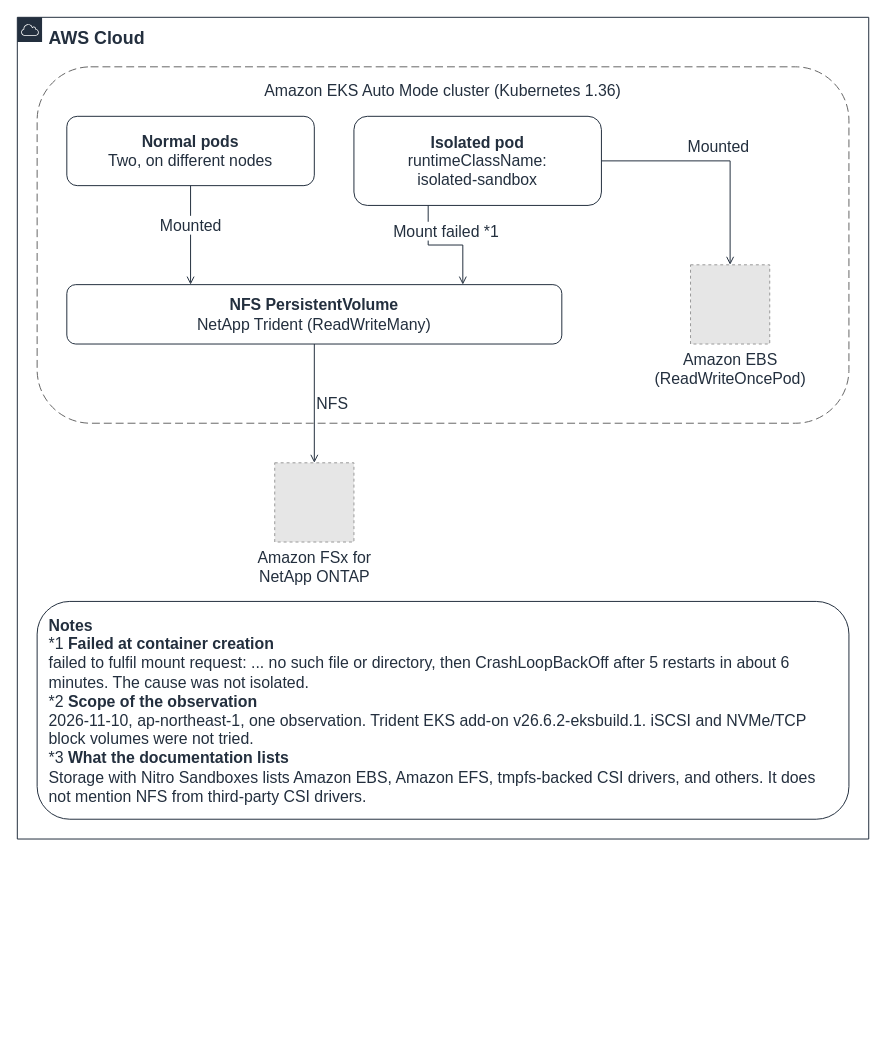
This is docs/_assets/diagrams/s3ap-sandbox-storage-en.drawio from Yoshiki0705/FSx-for-ONTAP-Container-Datastore-Patterns, a draw.io file, before an edit. Source tidied: cells renumbered, new cells numbered last; positions are measured from the earlier drawing's top-left corner, leaving out a move shared by most shapes. Both pictures are drawn from the tidied source at 99%, with x=0, y=0 at pixel (17, 17). Pictures stored in the file or linked from it are replaced by grey dashed boxes.
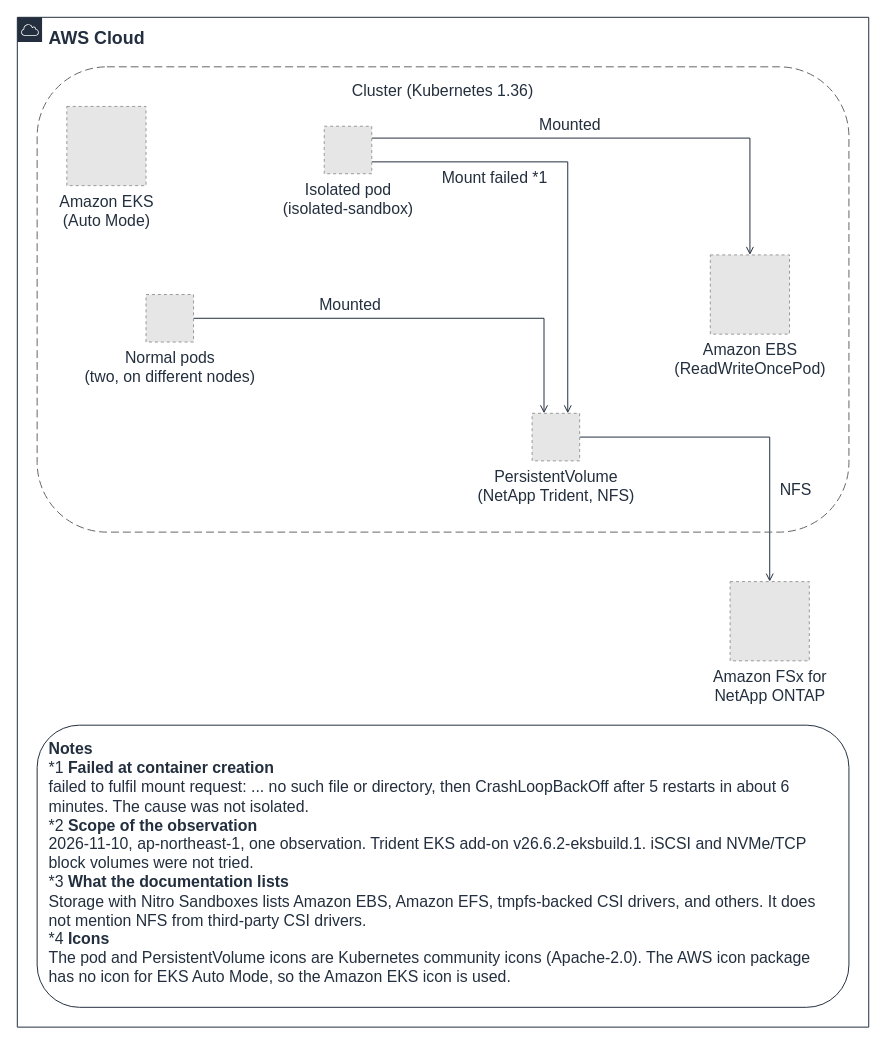
The same page after the edit.

The edit, as a diff of the source:
```diff
@@
 <mxGraphModel background="#FFFFFF">
   <root>
     <mxCell id="0" />
     <mxCell id="1" parent="0" />
-    <mxCell id="2" value="Mounted" style="edgeStyle=orthogonalEdgeStyle;rounded=0;html=1;endArrow=open;endFill=0;strokeColor=#232F3E;strokeWidth=1;fontSize=16;fontColor=#232F3E;labelBackgroundColor=#FFFFFF;exitX=0.5;exitY=1.0;exitDx=0;exitDy=0;entryX=0.25;entryY=0.0;entryDx=0;entryDy=0;" parent="1" edge="1" source="8" target="10">
-      <mxGeometry relative="1" as="geometry">
-        <mxPoint y="-10" as="offset" />
+    <mxCell id="2" value="Mounted" style="edgeStyle=orthogonalEdgeStyle;rounded=0;html=1;endArrow=open;endFill=0;strokeColor=#232F3E;strokeWidth=1;fontSize=16;fontColor=#232F3E;labelBackgroundColor=#FFFFFF;exitX=1.0;exitY=0.5;exitDx=0;exitDy=0;entryX=0.25;entryY=0.0;entryDx=0;entryDy=0;" parent="1" edge="1" source="8" target="10">
+      <mxGeometry x="-0.3" relative="1" as="geometry">
+        <mxPoint y="-14" as="offset" />
       </mxGeometry>
     </mxCell>
-    <mxCell id="3" value="Mount failed *1" style="edgeStyle=orthogonalEdgeStyle;rounded=0;html=1;endArrow=open;endFill=0;strokeColor=#232F3E;strokeWidth=1;fontSize=16;fontColor=#232F3E;labelBackgroundColor=#FFFFFF;exitX=0.3;exitY=1.0;exitDx=0;exitDy=0;entryX=0.8;entryY=0.0;entryDx=0;entryDy=0;" parent="1" edge="1" source="9" target="10">
-      <mxGeometry relative="1" as="geometry">
-        <mxPoint y="-14" as="offset" />
+    <mxCell id="3" value="Mount failed *1" style="edgeStyle=orthogonalEdgeStyle;rounded=0;html=1;endArrow=open;endFill=0;strokeColor=#232F3E;strokeWidth=1;fontSize=16;fontColor=#232F3E;labelBackgroundColor=#FFFFFF;exitX=1.0;exitY=0.75;exitDx=0;exitDy=0;entryX=0.75;entryY=0.0;entryDx=0;entryDy=0;" parent="1" edge="1" source="9" target="10">
+      <mxGeometry x="-0.45" relative="1" as="geometry">
+        <mxPoint y="16" as="offset" />
       </mxGeometry>
     </mxCell>
-    <mxCell id="4" value="Mounted" style="edgeStyle=orthogonalEdgeStyle;rounded=0;html=1;endArrow=open;endFill=0;strokeColor=#232F3E;strokeWidth=1;fontSize=16;fontColor=#232F3E;labelBackgroundColor=#FFFFFF;exitX=1.0;exitY=0.5;exitDx=0;exitDy=0;entryX=0.5;entryY=0.0;entryDx=0;entryDy=0;" parent="1" edge="1" source="9" target="12">
-      <mxGeometry relative="1" as="geometry">
+    <mxCell id="4" value="Mounted" style="edgeStyle=orthogonalEdgeStyle;rounded=0;html=1;endArrow=open;endFill=0;strokeColor=#232F3E;strokeWidth=1;fontSize=16;fontColor=#232F3E;labelBackgroundColor=#FFFFFF;exitX=1.0;exitY=0.25;exitDx=0;exitDy=0;entryX=0.5;entryY=0.0;entryDx=0;entryDy=0;" parent="1" edge="1" source="9" target="12">
+      <mxGeometry x="-0.2" relative="1" as="geometry">
         <mxPoint y="-14" as="offset" />
       </mxGeometry>
     </mxCell>
-    <mxCell id="5" value="NFS" style="edgeStyle=orthogonalEdgeStyle;rounded=0;html=1;endArrow=open;endFill=0;strokeColor=#232F3E;strokeWidth=1;fontSize=16;fontColor=#232F3E;labelBackgroundColor=#FFFFFF;exitX=0.5;exitY=1.0;exitDx=0;exitDy=0;entryX=0.5;entryY=0.0;entryDx=0;entryDy=0;" parent="1" edge="1" source="10" target="13">
-      <mxGeometry relative="1" as="geometry">
-        <mxPoint x="18" as="offset" />
+    <mxCell id="5" value="NFS" style="edgeStyle=orthogonalEdgeStyle;rounded=0;html=1;endArrow=open;endFill=0;strokeColor=#232F3E;strokeWidth=1;fontSize=16;fontColor=#232F3E;labelBackgroundColor=#FFFFFF;exitX=1.0;exitY=0.5;exitDx=0;exitDy=0;entryX=0.5;entryY=0.0;entryDx=0;entryDy=0;" parent="1" edge="1" source="10" target="13">
+      <mxGeometry x="0.45" relative="1" as="geometry">
+        <mxPoint x="26" as="offset" />
       </mxGeometry>
     </mxCell>
     <mxCell id="6" value="AWS Cloud" style="gradientColor=none;html=1;whiteSpace=wrap;fontSize=18;fontStyle=1;fontColor=#232F3E;shape=mxgraph.aws4.group;grIcon=mxgraph.aws4.group_aws_cloud;strokeColor=#232F3E;fillColor=none;verticalAlign=top;align=left;spacingLeft=30;spacingTop=4;dashed=0;labelBackgroundColor=#FFFFFF;" parent="1" vertex="1">
-      <mxGeometry width="860" height="830" as="geometry" />
+      <mxGeometry width="860" height="1020" as="geometry" />
     </mxCell>
-    <mxCell id="7" value="Amazon EKS Auto Mode cluster (Kubernetes 1.36)" style="rounded=1;whiteSpace=wrap;html=1;dashed=1;dashPattern=8 4;strokeColor=#666666;fillColor=none;fontColor=#232F3E;fontSize=16;verticalAlign=top;align=center;spacingTop=8;" parent="1" vertex="1">
-      <mxGeometry x="20" y="50" width="820" height="360" as="geometry" />
+    <mxCell id="7" value="Cluster (Kubernetes 1.36)" style="rounded=1;whiteSpace=wrap;html=1;dashed=1;dashPattern=8 4;strokeColor=#666666;fillColor=none;fontColor=#232F3E;fontSize=16;verticalAlign=top;align=center;spacingTop=8;" parent="1" vertex="1">
+      <mxGeometry x="20" y="50" width="820" height="470" as="geometry" />
     </mxCell>
+    <mxCell id="11" value="&lt;b&gt;Notes&lt;/b&gt;&lt;br&gt;*1 &lt;b&gt;Failed at container creation&lt;/b&gt;&lt;br&gt;failed to fulfil mount request: ... no such file or directory, then CrashLoopBackOff after 5 restarts in about 6 minutes. The cause was not isolated.&lt;br&gt;*2 &lt;b&gt;Scope of the observation&lt;/b&gt;&lt;br&gt;2026-11-10, ap-northeast-1, one observation. Trident EKS add-on v26.6.2-eksbuild.1. iSCSI and NVMe/TCP block volumes were not tried.&lt;br&gt;*3 &lt;b&gt;What the documentation lists&lt;/b&gt;&lt;br&gt;Storage with Nitro Sandboxes lists Amazon EBS, Amazon EFS, tmpfs-backed CSI drivers, and others. It does not mention NFS from third-party CSI drivers.&lt;br&gt;*4 &lt;b&gt;Icons&lt;/b&gt;&lt;br&gt;The pod and PersistentVolume icons are Kubernetes community icons (Apache-2.0). The AWS icon package has no icon for EKS Auto Mode, so the Amazon EKS icon is used." style="rounded=1;whiteSpace=wrap;html=1;strokeColor=#232F3E;fillColor=none;fontColor=#232F3E;fontSize=16;verticalAlign=top;align=left;spacingLeft=10;spacingRight=10;spacingTop=8;" parent="1" vertex="1">
+      <mxGeometry x="20" y="715" width="820" height="285" as="geometry" />
+    </mxCell>
+    <mxCell id="14" value="Amazon EKS&lt;br&gt;(Auto Mode)" style="fillColor=#E6E6E6;strokeColor=#999999;dashed=1;html=1;verticalLabelPosition=bottom;verticalAlign=top;labelPosition=center;align=center;fontSize=16;fontColor=#232F3E;" parent="1" vertex="1">
+      <mxGeometry x="50" y="90" width="80" height="80" as="geometry" />
+    </mxCell>
+    <mxCell id="9" value="Isolated pod&lt;br&gt;(isolated-sandbox)" style="fillColor=#E6E6E6;strokeColor=#999999;dashed=1;html=1;verticalLabelPosition=bottom;verticalAlign=top;labelPosition=center;align=center;fontSize=16;fontColor=#232F3E;" parent="1" vertex="1">
+      <mxGeometry x="310" y="110" width="48" height="48" as="geometry" />
+    </mxCell>
-    <mxCell id="8" value="&lt;b&gt;Normal pods&lt;/b&gt;&lt;br&gt;Two, on different nodes" style="rounded=1;whiteSpace=wrap;html=1;strokeColor=#232F3E;fillColor=none;fontColor=#232F3E;fontSize=16;verticalAlign=middle;align=center;" parent="1" vertex="1">
-      <mxGeometry x="50" y="100" width="250" height="70" as="geometry" />
+    <mxCell id="8" value="Normal pods&lt;br&gt;(two, on different nodes)" style="fillColor=#E6E6E6;strokeColor=#999999;dashed=1;html=1;verticalLabelPosition=bottom;verticalAlign=top;labelPosition=center;align=center;fontSize=16;fontColor=#232F3E;" parent="1" vertex="1">
+      <mxGeometry x="130" y="280" width="48" height="48" as="geometry" />
     </mxCell>
-    <mxCell id="9" value="&lt;b&gt;Isolated pod&lt;/b&gt;&lt;br&gt;runtimeClassName:&lt;br&gt;isolated-sandbox" style="rounded=1;whiteSpace=wrap;html=1;strokeColor=#232F3E;fillColor=none;fontColor=#232F3E;fontSize=16;verticalAlign=middle;align=center;" parent="1" vertex="1">
-      <mxGeometry x="340" y="100" width="250" height="90" as="geometry" />
-    </mxCell>
+    <mxCell id="12" value="Amazon EBS&lt;br&gt;(ReadWriteOncePod)" style="fillColor=#E6E6E6;strokeColor=#999999;dashed=1;html=1;verticalLabelPosition=bottom;verticalAlign=top;labelPosition=center;align=center;fontSize=16;fontColor=#232F3E;" parent="1" vertex="1">
+      <mxGeometry x="700" y="240" width="80" height="80" as="geometry" />
+    </mxCell>
-    <mxCell id="10" value="&lt;b&gt;NFS PersistentVolume&lt;/b&gt;&lt;br&gt;NetApp Trident (ReadWriteMany)" style="rounded=1;whiteSpace=wrap;html=1;strokeColor=#232F3E;fillColor=none;fontColor=#232F3E;fontSize=16;verticalAlign=middle;align=center;" parent="1" vertex="1">
-      <mxGeometry x="50" y="270" width="500" height="60" as="geometry" />
+    <mxCell id="10" value="PersistentVolume&lt;br&gt;(NetApp Trident, NFS)" style="fillColor=#E6E6E6;strokeColor=#999999;dashed=1;html=1;verticalLabelPosition=bottom;verticalAlign=top;labelPosition=center;align=center;fontSize=16;fontColor=#232F3E;" parent="1" vertex="1">
+      <mxGeometry x="520" y="400" width="48" height="48" as="geometry" />
     </mxCell>
-    <mxCell id="11" value="&lt;b&gt;Notes&lt;/b&gt;&lt;br&gt;*1 &lt;b&gt;Failed at container creation&lt;/b&gt;&lt;br&gt;failed to fulfil mount request: ... no such file or directory, then CrashLoopBackOff after 5 restarts in about 6 minutes. The cause was not isolated.&lt;br&gt;*2 &lt;b&gt;Scope of the observation&lt;/b&gt;&lt;br&gt;2026-11-10, ap-northeast-1, one observation. Trident EKS add-on v26.6.2-eksbuild.1. iSCSI and NVMe/TCP block volumes were not tried.&lt;br&gt;*3 &lt;b&gt;What the documentation lists&lt;/b&gt;&lt;br&gt;Storage with Nitro Sandboxes lists Amazon EBS, Amazon EFS, tmpfs-backed CSI drivers, and others. It does not mention NFS from third-party CSI drivers." style="rounded=1;whiteSpace=wrap;html=1;strokeColor=#232F3E;fillColor=none;fontColor=#232F3E;fontSize=16;verticalAlign=top;align=left;spacingLeft=10;spacingRight=10;spacingTop=8;" parent="1" vertex="1">
-      <mxGeometry x="20" y="590" width="820" height="220" as="geometry" />
-    </mxCell>
-    <mxCell id="12" value="Amazon EBS&lt;br&gt;(ReadWriteOncePod)" style="fillColor=#E6E6E6;strokeColor=#999999;dashed=1;html=1;verticalLabelPosition=bottom;verticalAlign=top;labelPosition=center;align=center;fontSize=16;fontColor=#232F3E;" parent="1" vertex="1">
-      <mxGeometry x="680" y="250" width="80" height="80" as="geometry" />
-    </mxCell>
     <mxCell id="13" value="Amazon FSx for&lt;br&gt;NetApp ONTAP" style="fillColor=#E6E6E6;strokeColor=#999999;dashed=1;html=1;verticalLabelPosition=bottom;verticalAlign=top;labelPosition=center;align=center;fontSize=16;fontColor=#232F3E;" parent="1" vertex="1">
-      <mxGeometry x="260" y="450" width="80" height="80" as="geometry" />
+      <mxGeometry x="720" y="570" width="80" height="80" as="geometry" />
     </mxCell>
   </root>
 </mxGraphModel>
```
